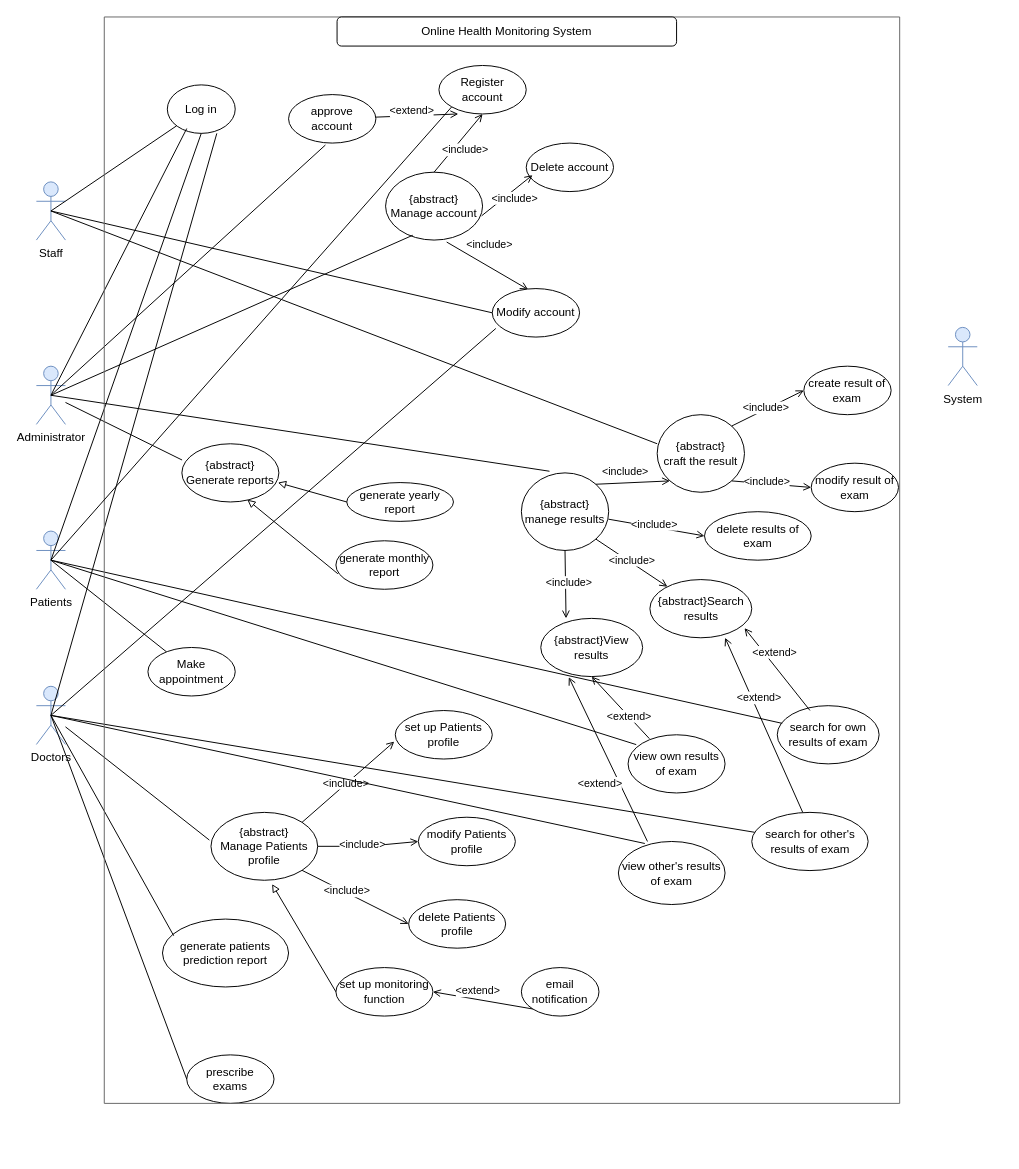
Before: use-case.drawio in IndecentTulip/Online-Health-Monitoring-System, a draw.io diagram. Source tidied: cells renumbered, new cells numbered last; positions are measured from the earlier drawing's top-left corner, leaving out a move shared by most shapes. Both pictures are drawn from the tidied source at 97%, with x=0, y=0 at pixel (36, 16).
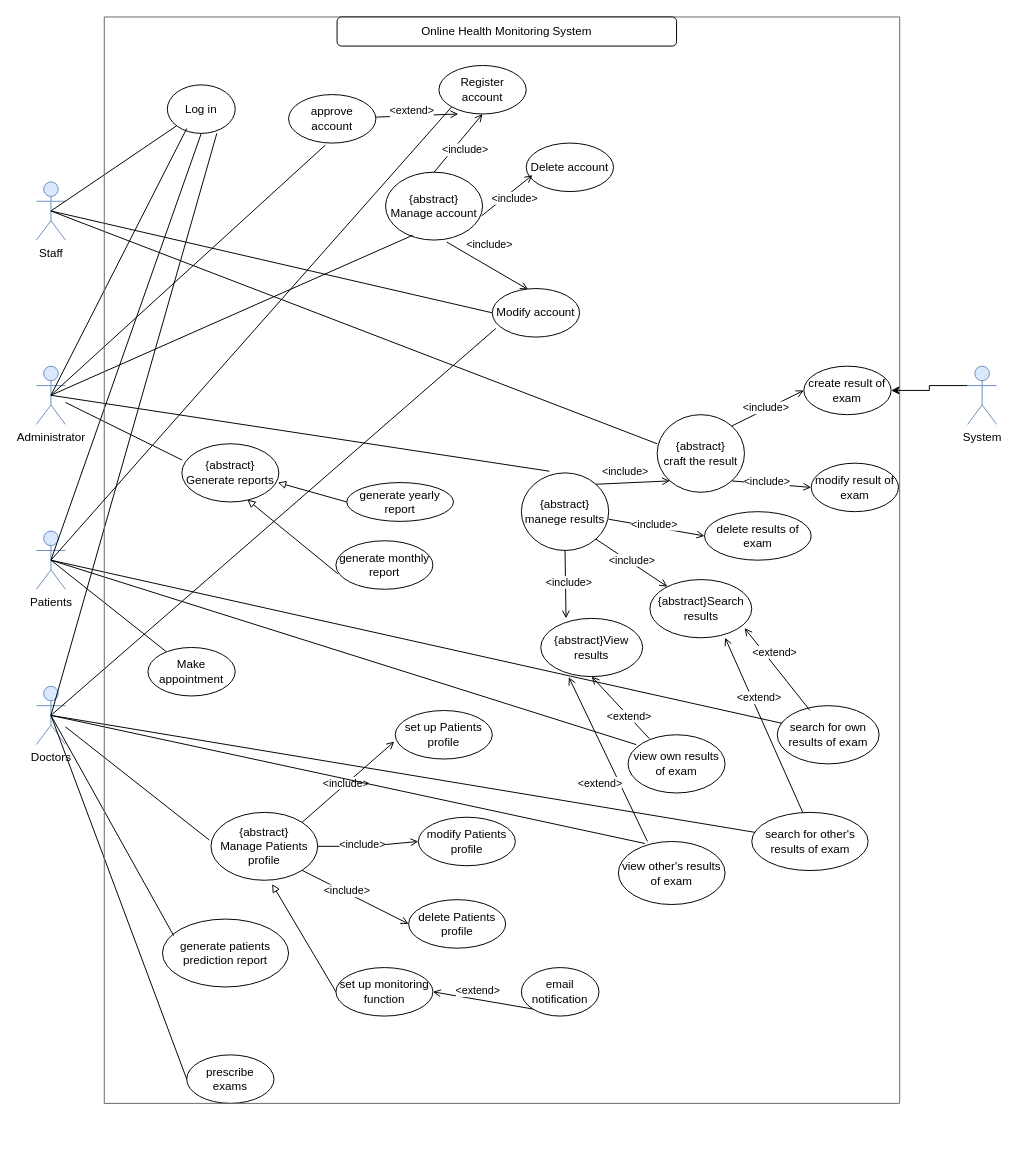
The same page after the edit.

Unchanged cells that the change refers to:
```xml
<mxCell id="11" value="create result of exam" style="ellipse;whiteSpace=wrap;html=1;" parent="1" vertex="1">
  <mxGeometry x="791.2" y="360" width="90" height="50" as="geometry" />
</mxCell>
```

Change to the diagram source:
```diff
@@
+    <mxCell id="98" style="edgeStyle=orthogonalEdgeStyle;rounded=0;jettySize=auto;html=1;exitX=0;exitY=0.3333333333333333;exitDx=0;exitDy=0;exitPerimeter=0;" parent="1" edge="1" source="96" target="11">
+      <mxGeometry relative="1" as="geometry" />
+    </mxCell>
     <mxCell id="96" value="System" style="shape=umlActor;verticalLabelPosition=bottom;verticalAlign=top;html=1;outlineConnect=0;fillColor=#dae8fc;strokeColor=#6c8ebf;" parent="1" vertex="1">
-      <mxGeometry x="940" y="320" width="30" height="60" as="geometry" />
+      <mxGeometry x="960" y="360" width="30" height="60" as="geometry" />
     </mxCell>
```
